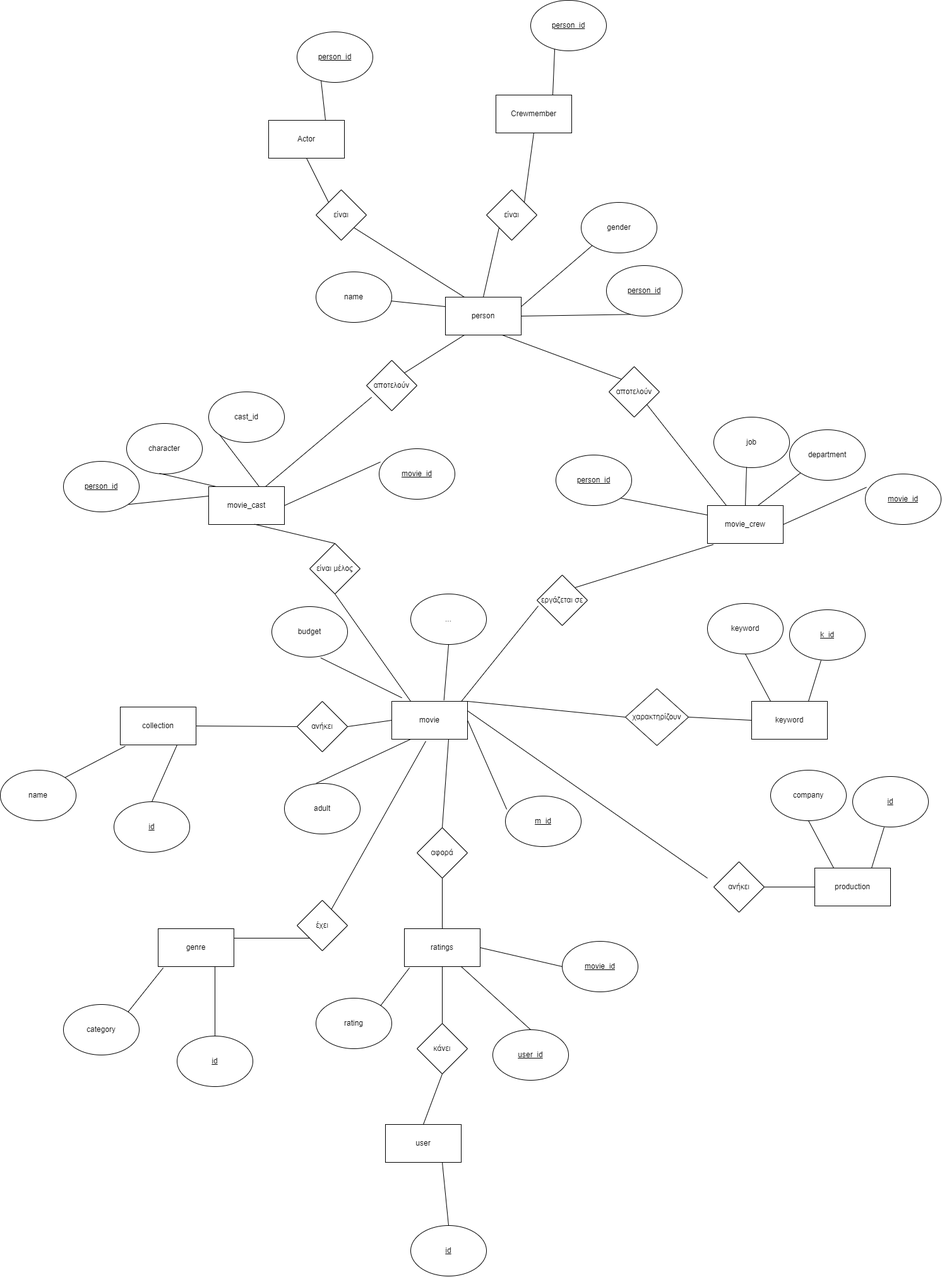
Before: project2022/exercise 5/er_model.png, a diagram exported from draw.io (Despoina2000/Database-2022). Source tidied: cells renumbered, new cells last; positions are measured from the earlier drawing's top-left corner, leaving out a move shared by most shapes.
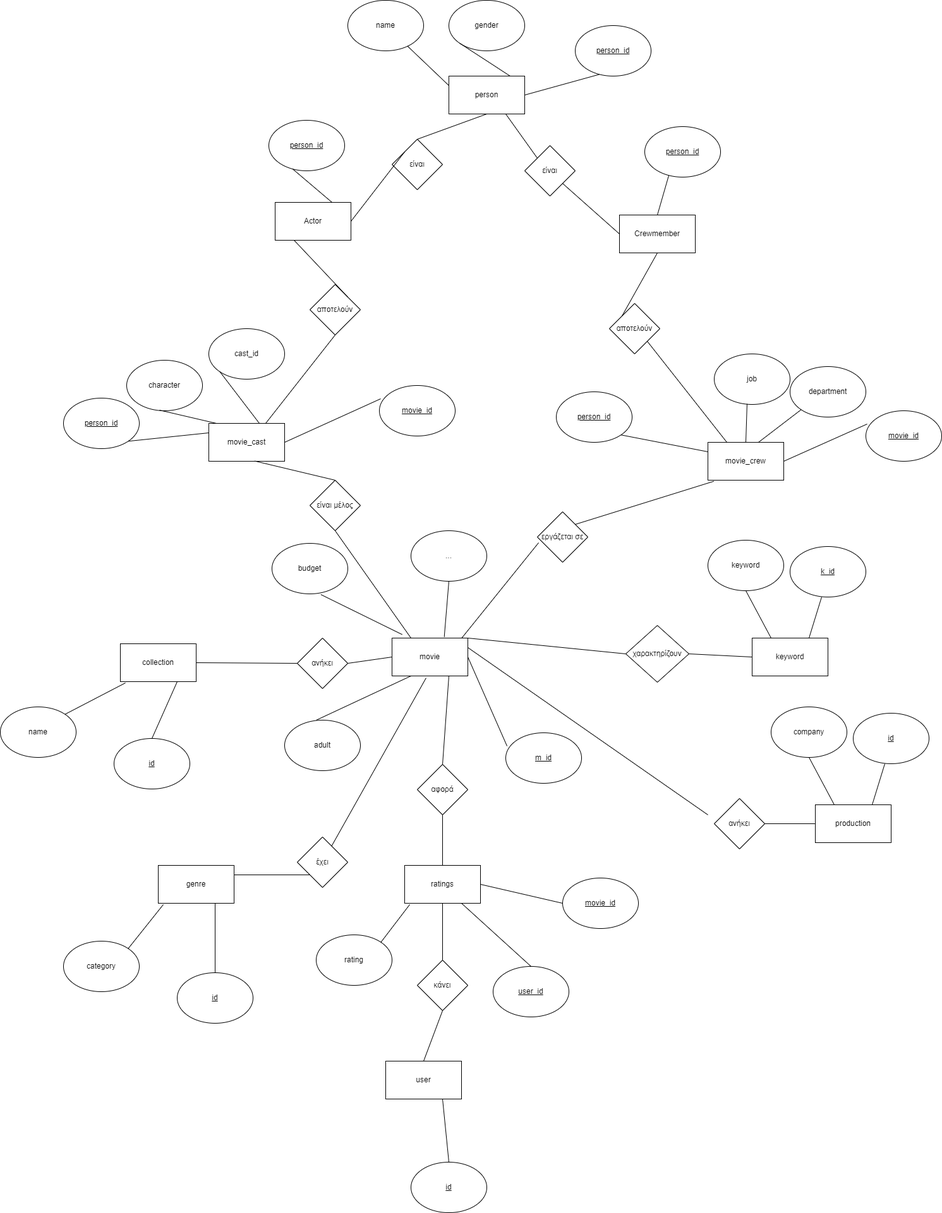
The same file after the commit.

What changed in the source:
```diff
@@ -57,7 +57,7 @@
       <mxGeometry relative="1" as="geometry" />
     </mxCell>
     <mxCell id="20" value="gender" style="ellipse;whiteSpace=wrap;html=1;" parent="1" vertex="1">
-      <mxGeometry x="920" y="320" width="120" height="80" as="geometry" />
+      <mxGeometry x="710" y="100" width="120" height="80" as="geometry" />
     </mxCell>
     <mxCell id="21" style="endArrow=none;html=1;rounded=0;exitX=0;exitY=1;exitDx=0;exitDy=0;entryX=1;entryY=0.25;entryDx=0;entryDy=0;" parent="1" edge="1" source="20" target="85">
       <mxGeometry relative="1" as="geometry" />
@@ -258,13 +258,13 @@
       <mxGeometry relative="1" as="geometry" />
     </mxCell>
     <mxCell id="85" value="person" style="rounded=0;whiteSpace=wrap;html=1;" parent="1" vertex="1">
-      <mxGeometry x="705" y="470" width="120" height="60" as="geometry" />
+      <mxGeometry x="710" y="220" width="120" height="60" as="geometry" />
     </mxCell>
     <mxCell id="86" value="name" style="ellipse;whiteSpace=wrap;html=1;" parent="1" vertex="1">
-      <mxGeometry x="500" y="430" width="120" height="80" as="geometry" />
+      <mxGeometry x="550" y="100" width="120" height="80" as="geometry" />
     </mxCell>
     <mxCell id="87" value="&lt;u&gt;person_id&lt;/u&gt;" style="ellipse;whiteSpace=wrap;html=1;" parent="1" vertex="1">
-      <mxGeometry x="960" y="420" width="120" height="80" as="geometry" />
+      <mxGeometry x="910" y="140" width="120" height="80" as="geometry" />
     </mxCell>
     <mxCell id="88" style="endArrow=none;html=1;rounded=0;entryX=0;entryY=0.25;entryDx=0;entryDy=0;" parent="1" edge="1" source="86" target="85">
       <mxGeometry relative="1" as="geometry" />
@@ -273,54 +273,54 @@
       <mxGeometry relative="1" as="geometry" />
     </mxCell>
     <mxCell id="90" value="Actor" style="rounded=0;whiteSpace=wrap;html=1;" parent="1" vertex="1">
-      <mxGeometry x="425" y="190" width="120" height="60" as="geometry" />
+      <mxGeometry x="435" y="420" width="120" height="60" as="geometry" />
     </mxCell>
     <mxCell id="91" value="&lt;u&gt;person_id&lt;/u&gt;" style="ellipse;whiteSpace=wrap;html=1;" parent="1" vertex="1">
-      <mxGeometry x="470" y="50" width="120" height="80" as="geometry" />
+      <mxGeometry x="425" y="290" width="120" height="80" as="geometry" />
     </mxCell>
     <mxCell id="92" style="endArrow=none;html=1;rounded=0;exitX=0.75;exitY=0;exitDx=0;exitDy=0;entryX=0.317;entryY=0.967;entryDx=0;entryDy=0;entryPerimeter=0;" parent="1" edge="1" source="90" target="91">
       <mxGeometry relative="1" as="geometry" />
     </mxCell>
     <mxCell id="93" value="Crewmember" style="rounded=0;whiteSpace=wrap;html=1;" parent="1" vertex="1">
-      <mxGeometry x="785" y="150" width="120" height="60" as="geometry" />
+      <mxGeometry x="980" y="440" width="120" height="60" as="geometry" />
     </mxCell>
     <mxCell id="94" value="&lt;u&gt;person_id&lt;/u&gt;" style="ellipse;whiteSpace=wrap;html=1;" parent="1" vertex="1">
-      <mxGeometry x="840" width="120" height="80" as="geometry" />
+      <mxGeometry x="1020" y="300" width="120" height="80" as="geometry" />
     </mxCell>
-    <mxCell id="95" style="endArrow=none;html=1;rounded=0;exitX=0.75;exitY=0;exitDx=0;exitDy=0;entryX=0.317;entryY=0.967;entryDx=0;entryDy=0;entryPerimeter=0;" parent="1" edge="1" source="93" target="94">
+    <mxCell id="95" style="endArrow=none;html=1;rounded=0;exitX=0.5;exitY=0;exitDx=0;exitDy=0;entryX=0.317;entryY=0.967;entryDx=0;entryDy=0;entryPerimeter=0;" parent="1" edge="1" source="93" target="94">
       <mxGeometry relative="1" as="geometry" />
     </mxCell>
     <mxCell id="96" value="είναι" style="rhombus;whiteSpace=wrap;html=1;" parent="1" vertex="1">
-      <mxGeometry x="500" y="300" width="80" height="80" as="geometry" />
+      <mxGeometry x="620" y="320" width="80" height="80" as="geometry" />
     </mxCell>
     <mxCell id="97" value="είναι" style="rhombus;whiteSpace=wrap;html=1;" parent="1" vertex="1">
-      <mxGeometry x="770" y="300" width="80" height="80" as="geometry" />
+      <mxGeometry x="830" y="330" width="80" height="80" as="geometry" />
     </mxCell>
-    <mxCell id="98" style="endArrow=none;html=1;rounded=0;entryX=0.5;entryY=1;entryDx=0;entryDy=0;exitX=0;exitY=0;exitDx=0;exitDy=0;" parent="1" edge="1" source="96" target="90">
+    <mxCell id="98" style="endArrow=none;html=1;rounded=0;entryX=1;entryY=0.5;entryDx=0;entryDy=0;exitX=0;exitY=0;exitDx=0;exitDy=0;" parent="1" edge="1" source="96" target="90">
       <mxGeometry relative="1" as="geometry" />
     </mxCell>
-    <mxCell id="99" style="endArrow=none;html=1;rounded=0;exitX=1;exitY=1;exitDx=0;exitDy=0;entryX=0.25;entryY=0;entryDx=0;entryDy=0;" parent="1" edge="1" source="96" target="85">
+    <mxCell id="99" style="endArrow=none;html=1;rounded=0;exitX=0.5;exitY=0;exitDx=0;exitDy=0;entryX=0.5;entryY=1;entryDx=0;entryDy=0;" parent="1" edge="1" source="96" target="85">
       <mxGeometry relative="1" as="geometry" />
     </mxCell>
-    <mxCell id="100" style="endArrow=none;html=1;rounded=0;entryX=0.5;entryY=1;entryDx=0;entryDy=0;exitX=1;exitY=0;exitDx=0;exitDy=0;" parent="1" edge="1" source="97" target="93">
+    <mxCell id="100" style="endArrow=none;html=1;rounded=0;entryX=0;entryY=0.5;entryDx=0;entryDy=0;exitX=1;exitY=1;exitDx=0;exitDy=0;" parent="1" edge="1" source="97" target="93">
       <mxGeometry relative="1" as="geometry" />
     </mxCell>
-    <mxCell id="101" style="endArrow=none;html=1;rounded=0;entryX=0;entryY=1;entryDx=0;entryDy=0;exitX=0.5;exitY=0;exitDx=0;exitDy=0;" parent="1" edge="1" source="85" target="97">
+    <mxCell id="101" style="endArrow=none;html=1;rounded=0;entryX=0;entryY=0;entryDx=0;entryDy=0;exitX=0.75;exitY=1;exitDx=0;exitDy=0;" parent="1" edge="1" source="85" target="97">
       <mxGeometry relative="1" as="geometry" />
     </mxCell>
     <mxCell id="102" value="αποτελούν" style="rhombus;whiteSpace=wrap;html=1;" parent="1" vertex="1">
-      <mxGeometry x="580" y="570" width="80" height="80" as="geometry" />
+      <mxGeometry x="490" y="550" width="80" height="80" as="geometry" />
     </mxCell>
     <mxCell id="103" value="αποτελούν" style="rhombus;whiteSpace=wrap;html=1;" parent="1" vertex="1">
       <mxGeometry x="964" y="580" width="80" height="80" as="geometry" />
     </mxCell>
-    <mxCell id="104" style="endArrow=none;html=1;rounded=0;entryX=0.25;entryY=1;entryDx=0;entryDy=0;exitX=1;exitY=0;exitDx=0;exitDy=0;" parent="1" edge="1" source="102" target="85">
+    <mxCell id="104" style="endArrow=none;html=1;rounded=0;entryX=0.25;entryY=1;entryDx=0;entryDy=0;exitX=1;exitY=0;exitDx=0;exitDy=0;" parent="1" edge="1" source="102" target="90">
       <mxGeometry relative="1" as="geometry" />
     </mxCell>
-    <mxCell id="105" style="endArrow=none;html=1;rounded=0;entryX=0.101;entryY=0.731;entryDx=0;entryDy=0;entryPerimeter=0;exitX=0.75;exitY=0;exitDx=0;exitDy=0;" parent="1" edge="1" source="11" target="102">
+    <mxCell id="105" style="endArrow=none;html=1;rounded=0;entryX=0.5;entryY=1;entryDx=0;entryDy=0;exitX=0.75;exitY=0;exitDx=0;exitDy=0;" parent="1" edge="1" source="11" target="102">
       <mxGeometry relative="1" as="geometry" />
     </mxCell>
-    <mxCell id="106" style="endArrow=none;html=1;rounded=0;exitX=0.75;exitY=1;exitDx=0;exitDy=0;entryX=0;entryY=0;entryDx=0;entryDy=0;" parent="1" edge="1" source="85" target="103">
+    <mxCell id="106" style="endArrow=none;html=1;rounded=0;exitX=0.5;exitY=1;exitDx=0;exitDy=0;entryX=0;entryY=0;entryDx=0;entryDy=0;" parent="1" edge="1" source="93" target="103">
       <mxGeometry relative="1" as="geometry" />
     </mxCell>
     <mxCell id="107" style="endArrow=none;html=1;rounded=0;entryX=1;entryY=1;entryDx=0;entryDy=0;exitX=0.25;exitY=0;exitDx=0;exitDy=0;" parent="1" edge="1" source="22" target="103">
```
